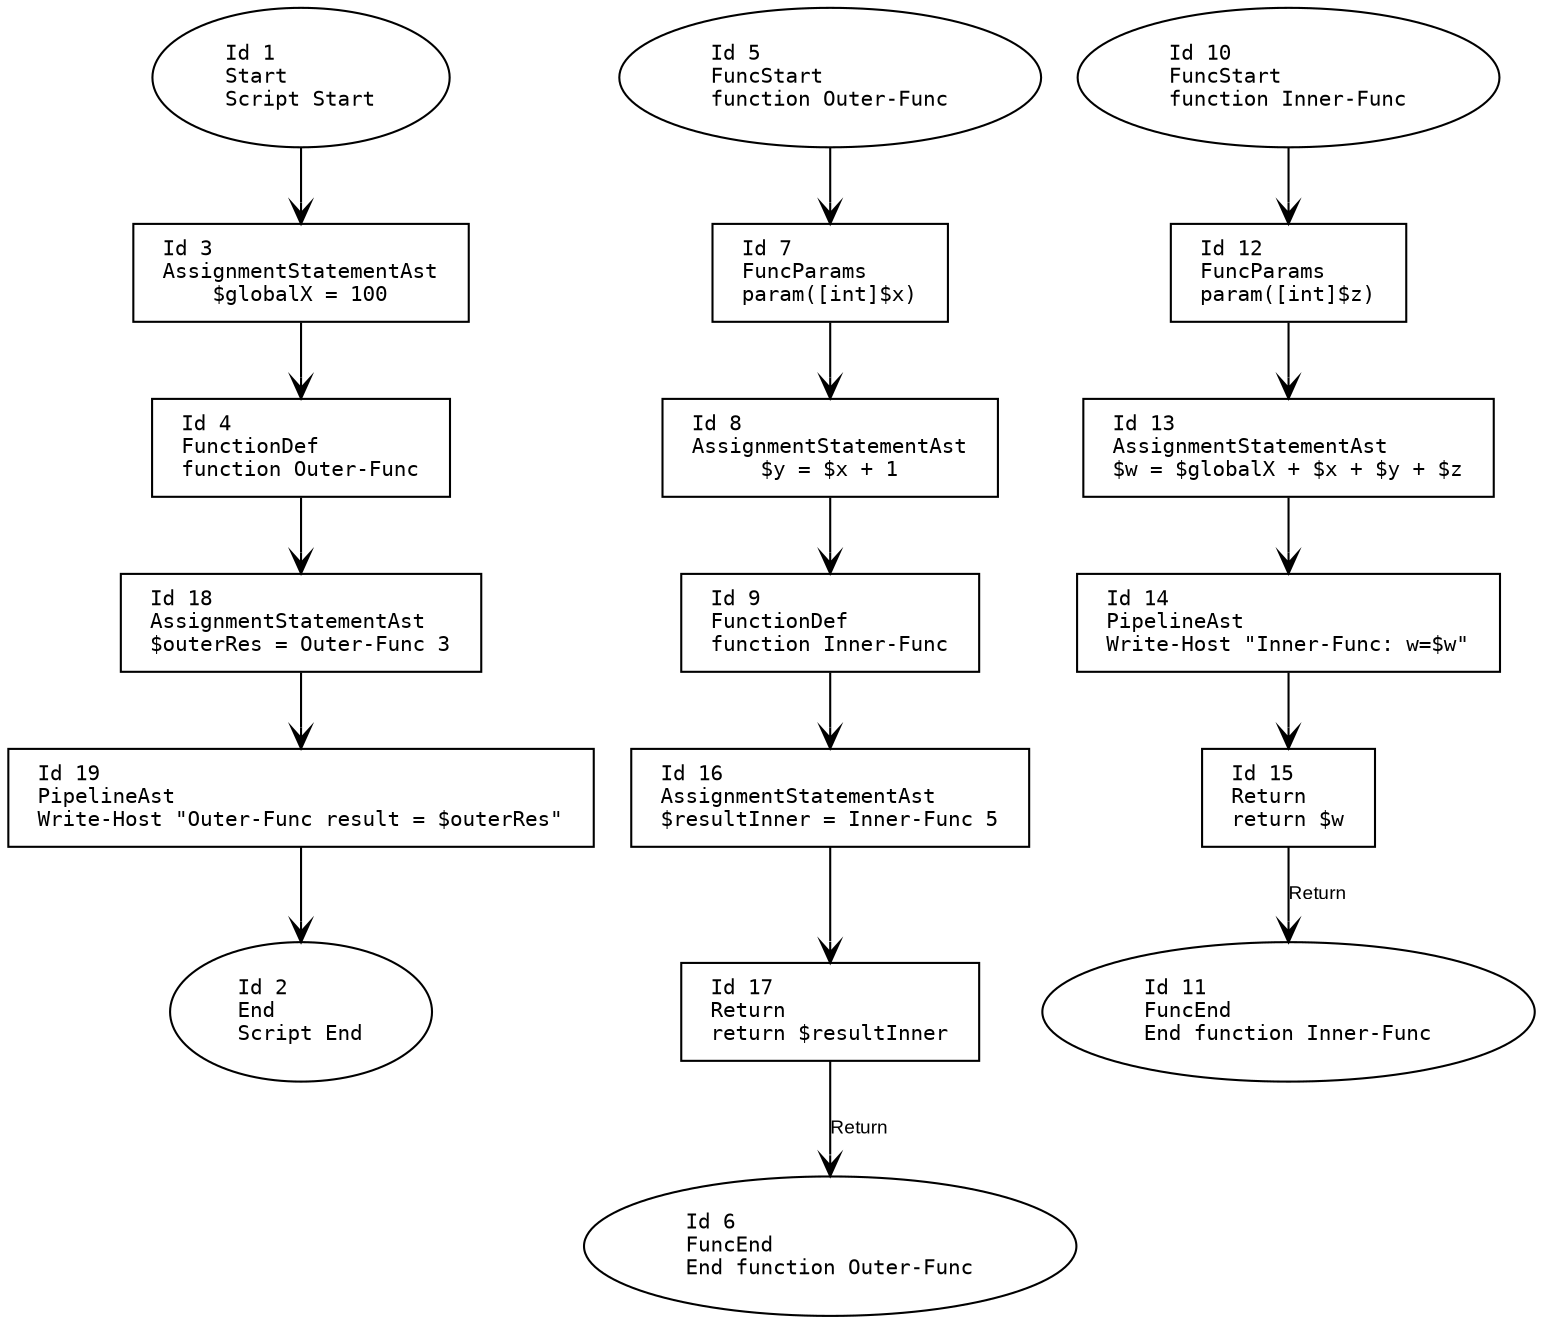
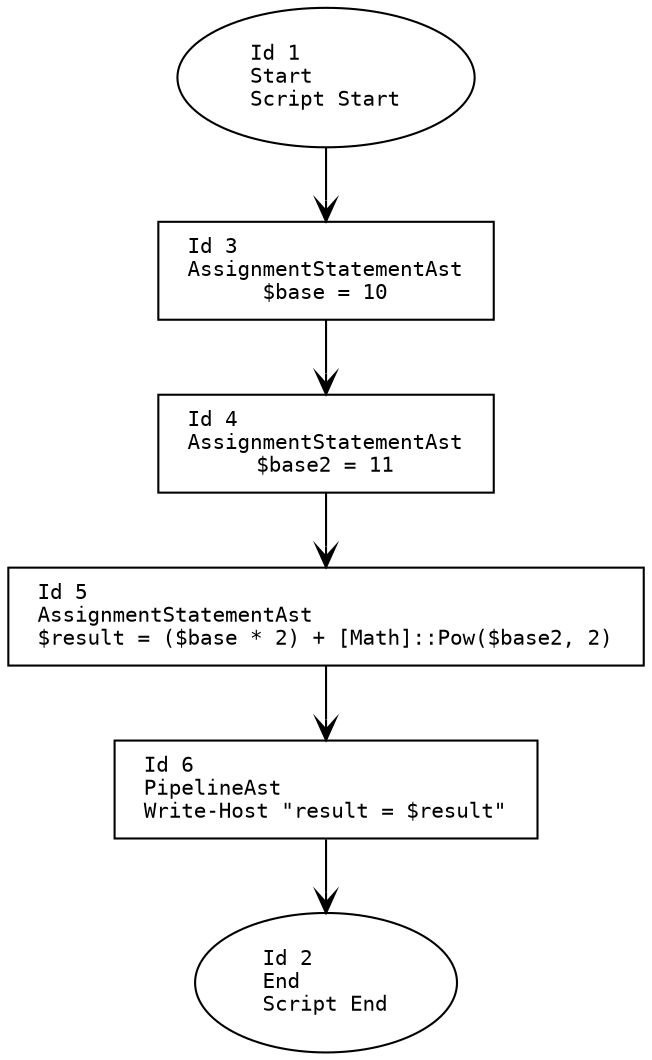
digraph G {
    rankdir=TB;
    node [
        fontname="Consolas"
        shape=box
        width=0
        height=0
        margin="0.2,0.1"
        fontsize=10
    ];
    edge [fontname="Arial", arrowhead=vee, fontsize=9];

    // Nodes
    1 [label="Id 1\lStart\lScript Start", shape=oval];
    2 [label="Id 2\lEnd\lScript End", shape=oval];
-     3 [label="Id 3\lAssignmentStatementAst\l$globalX = 100", shape=box];
-     4 [label="Id 4\lFunctionDef\lfunction Outer-Func", shape=box];
-     5 [label="Id 5\lFuncStart\lfunction Outer-Func", shape=oval];
-     6 [label="Id 6\lFuncEnd\lEnd function Outer-Func", shape=oval];
-     7 [label="Id 7\lFuncParams\lparam([int]$x)", shape=box];
-     8 [label="Id 8\lAssignmentStatementAst\l$y = $x + 1", shape=box];
-     9 [label="Id 9\lFunctionDef\lfunction Inner-Func", shape=box];
-     10 [label="Id 10\lFuncStart\lfunction Inner-Func", shape=oval];
-     11 [label="Id 11\lFuncEnd\lEnd function Inner-Func", shape=oval];
-     12 [label="Id 12\lFuncParams\lparam([int]$z)", shape=box];
-     13 [label="Id 13\lAssignmentStatementAst\l$w = $globalX + $x + $y + $z", shape=box];
-     14 [label="Id 14\lPipelineAst\lWrite-Host \"Inner-Func: w=$w\"", shape=box];
-     15 [label="Id 15\lReturn\lreturn $w", shape=box];
-     16 [label="Id 16\lAssignmentStatementAst\l$resultInner = Inner-Func 5", shape=box];
-     17 [label="Id 17\lReturn\lreturn $resultInner", shape=box];
-     18 [label="Id 18\lAssignmentStatementAst\l$outerRes = Outer-Func 3", shape=box];
-     19 [label="Id 19\lPipelineAst\lWrite-Host \"Outer-Func result = $outerRes\"", shape=box];
+     3 [label="Id 3\lAssignmentStatementAst\l$base = 10", shape=box];
+     4 [label="Id 4\lAssignmentStatementAst\l$base2 = 11", shape=box];
+     5 [label="Id 5\lAssignmentStatementAst\l$result = ($base * 2) + [Math]::Pow($base2, 2)", shape=box];
+     6 [label="Id 6\lPipelineAst\lWrite-Host \"result = $result\"", shape=box];

    // Edges
    1 -> 3;
    3 -> 4;
-     5 -> 7;
-     7 -> 8;
-     8 -> 9;
-     10 -> 12;
-     12 -> 13;
-     13 -> 14;
-     14 -> 15;
-     15 -> 11 [label="Return"];
-     9 -> 16;
-     16 -> 17;
-     17 -> 6 [label="Return"];
-     4 -> 18;
-     18 -> 19;
-     19 -> 2;
+     4 -> 5;
+     5 -> 6;
+     6 -> 2;
}